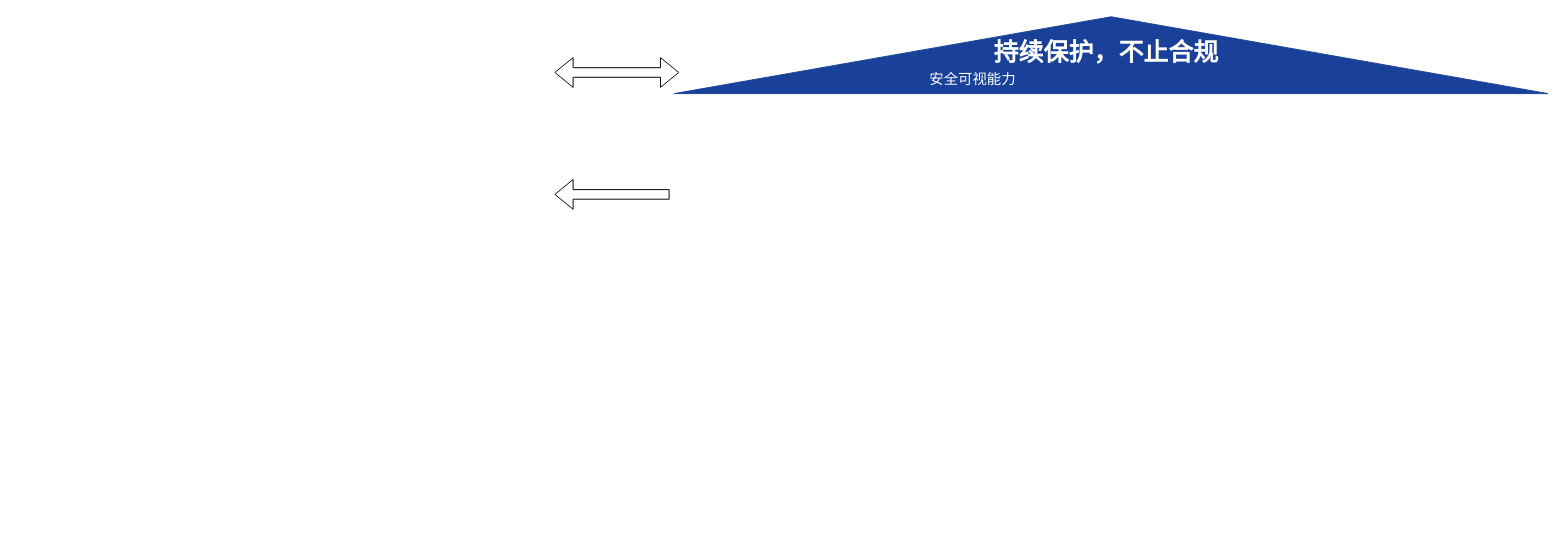
This is 安全架构.drawio from Niujieheng/GitHub_june, a draw.io file, before an edit. Source tidied: cells renumbered, new cells numbered last; positions are measured from the earlier drawing's top-left corner, leaving out a move shared by most shapes. Both pictures are drawn from the tidied source at 96%, with x=0, y=0 at pixel (554, -382).
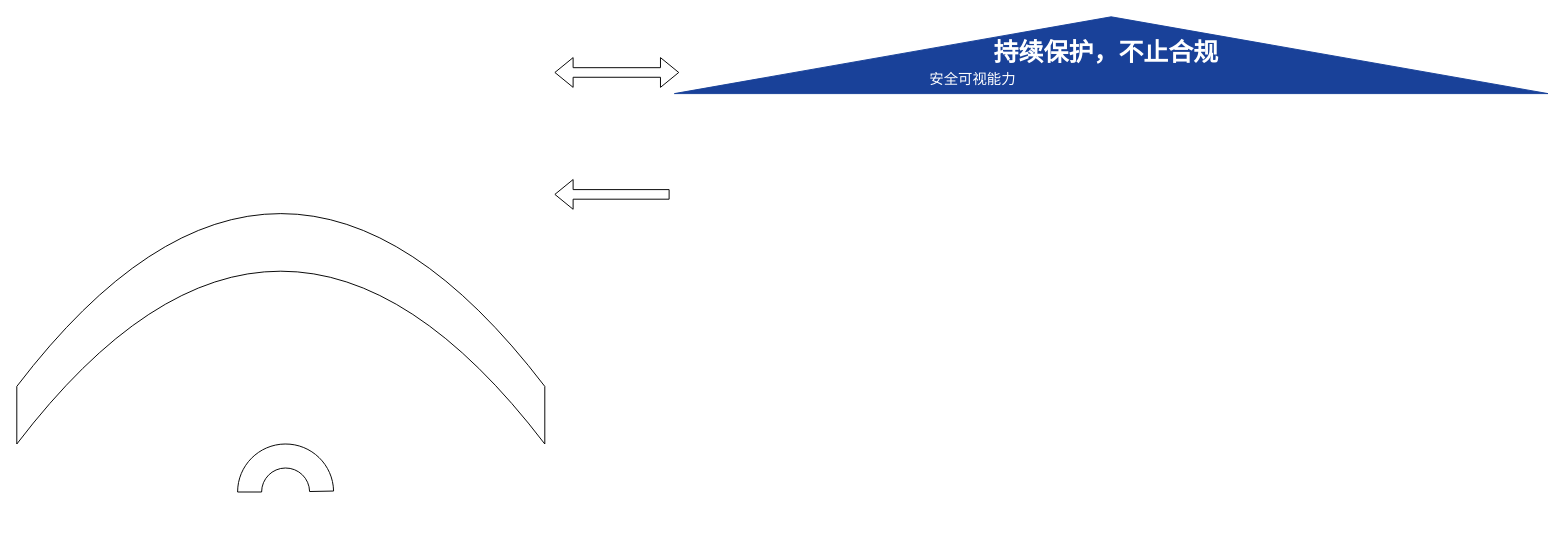
The same page after the edit.

Commit message (it also covers changes not shown here):
更新安全架构.drawio

Change to the diagram source:
```diff
@@
 <mxGraphModel>
   <root>
     <mxCell id="0" />
     <mxCell id="1" parent="0" />
     <mxCell id="2" style="triangle;whiteSpace=wrap;html=1;rotation=-90;fillColor=light-dark(#194199, #ededed);strokeColor=light-dark(#194199,#EDEDED);" parent="1" vertex="1">
       <mxGeometry x="540" width="80" height="910" as="geometry" />
     </mxCell>
     <mxCell id="3" value="&lt;b&gt;&lt;font style=&quot;color: rgb(255, 255, 255); font-size: 26px;&quot;&gt;持续保护，不止合规&lt;/font&gt;&lt;/b&gt;" style="text;html=1;whiteSpace=wrap;strokeColor=none;fillColor=none;align=center;verticalAlign=middle;rounded=0;" parent="1" vertex="1">
       <mxGeometry x="440" y="433" width="270" height="40" as="geometry" />
     </mxCell>
     <mxCell id="4" value="&lt;font style=&quot;color: rgb(255, 255, 255); font-size: 15px;&quot;&gt;安全可视能力&lt;/font&gt;" style="text;html=1;whiteSpace=wrap;strokeColor=none;fillColor=none;align=center;verticalAlign=middle;rounded=0;" parent="1" vertex="1">
       <mxGeometry x="381" y="465" width="110" height="30" as="geometry" />
     </mxCell>
     <mxCell id="5" style="shape=flexArrow;endArrow=classic;startArrow=classic;html=1;rounded=0;" parent="1" edge="1">
       <mxGeometry relative="1" as="geometry">
         <mxPoint y="473" as="sourcePoint" />
         <mxPoint x="130" y="473" as="targetPoint" />
       </mxGeometry>
     </mxCell>
     <mxCell id="6" style="shape=flexArrow;endArrow=classic;html=1;rounded=0;" parent="1" edge="1">
       <mxGeometry relative="1" as="geometry">
         <mxPoint x="120" y="600" as="sourcePoint" />
         <mxPoint y="600" as="targetPoint" />
       </mxGeometry>
     </mxCell>
+    <mxCell id="7" style="shape=dataStorage;whiteSpace=wrap;html=1;fixedSize=1;rotation=90;size=180;" parent="1" vertex="1">
+      <mxGeometry x="-405" y="465" width="240" height="550" as="geometry" />
+    </mxCell>
+    <mxCell id="8" style="verticalLabelPosition=bottom;verticalAlign=top;html=1;shape=mxgraph.basic.partConcEllipse;startAngle=0.25;endAngle=0.7468173254495136;arcWidth=0.5;rotation=-180;" parent="1" vertex="1">
+      <mxGeometry x="-330" y="860" width="100" height="100" as="geometry" />
+    </mxCell>
   </root>
 </mxGraphModel>
```
